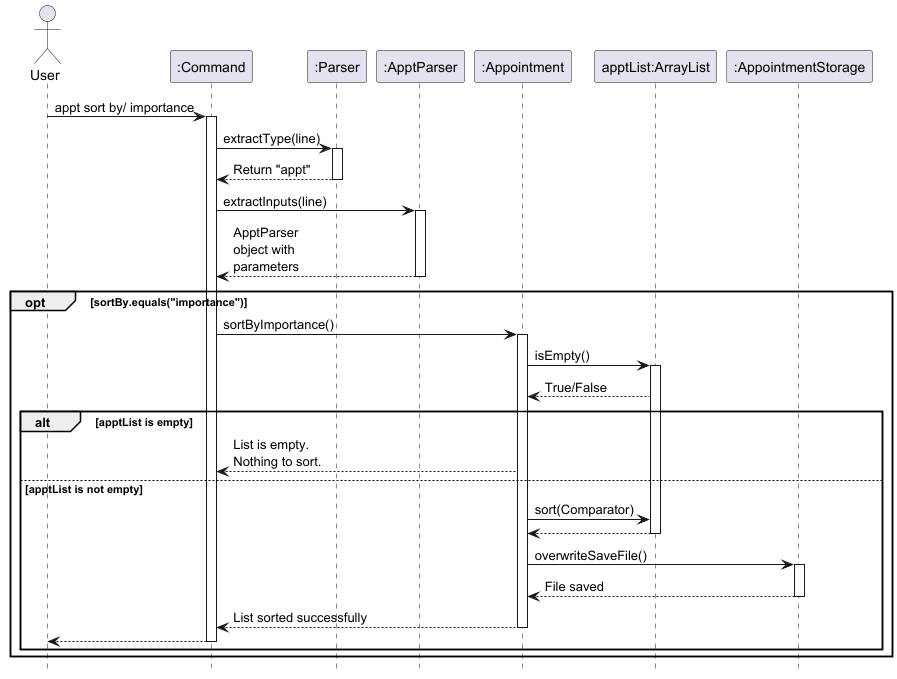
This is docs/assets/appointmentImages/SortApptSequenceDiagram.png from AY2425S2-CS2113-T11b-3/tp, a PlantUML export, as it was before one commit.
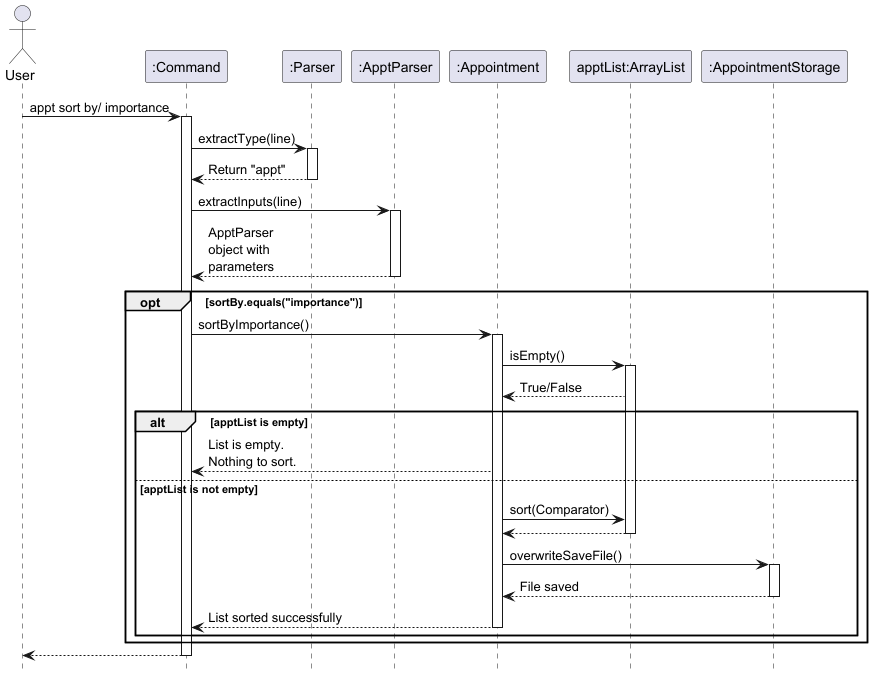
The same file after the commit.

Commit message:
Fix appt sort sequence diagram

The edit, as a diff of the source:
```diff
@@ -52,15 +52,12 @@
 
     Appt --> Command : List sorted successfully
     deactivate Appt
-    Command --> User
-    deactivate Command
+
     end
 
 
 end
-
-
-
-
+Command --> User
+    deactivate Command
 
 @enduml
```
